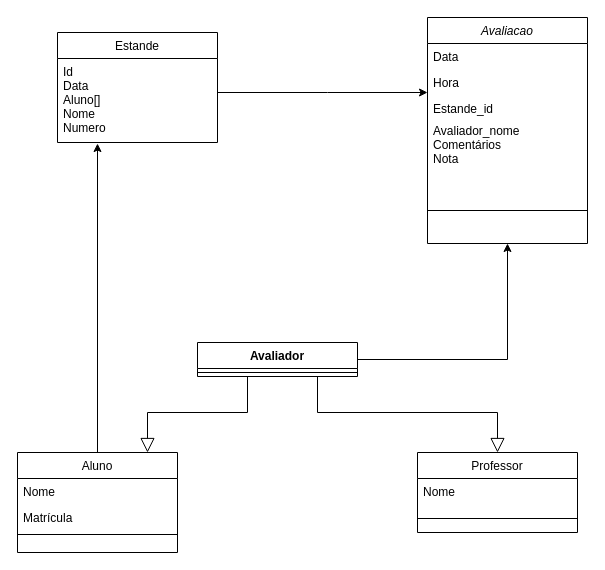
Before: Diagrama sem nome.drawio in eognus/POO2_projetob1, a draw.io diagram. Source tidied: cells renumbered, new cells numbered last; positions are measured from the earlier drawing's top-left corner, leaving out a move shared by most shapes. Both pictures are drawn from the tidied source at 100%, with x=0, y=0 at pixel (17, 17).
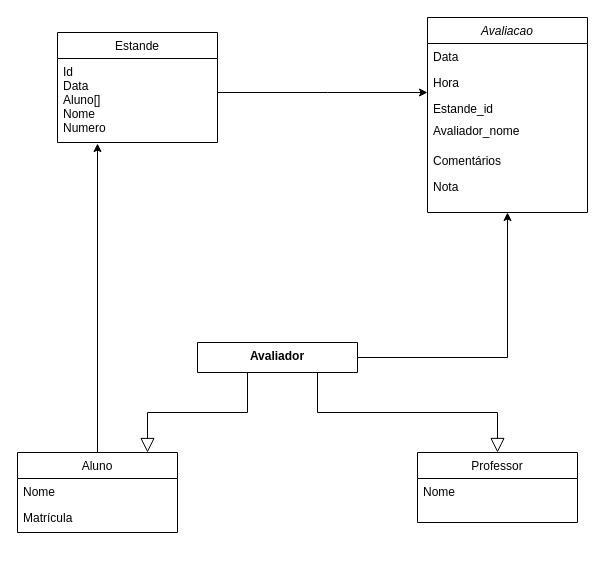
The same page after the edit.

Diff of the diagram source:
```diff
@@
     <mxCell id="2" value="Avaliacao" style="swimlane;fontStyle=2;align=center;verticalAlign=top;horizontal=1;startSize=26;rounded=0;shadow=0;strokeWidth=1;" parent="1" vertex="1">
-      <mxGeometry x="410" width="160" height="226" as="geometry" />
+      <mxGeometry x="410" width="160" height="195" as="geometry" />
     </mxCell>
@@
-    <mxCell id="6" value="Avaliador_nome&#10;Comentários&#10;Nota" style="text;align=left;verticalAlign=top;spacingLeft=4;spacingRight=4;overflow=hidden;rounded=0;shadow=0;html=0;" parent="2" vertex="1">
-      <mxGeometry y="100" width="160" height="60" as="geometry" />
+    <mxCell id="6" value="Avaliador_nome" style="text;align=left;verticalAlign=top;spacingLeft=4;spacingRight=4;overflow=hidden;rounded=0;shadow=0;html=0;" parent="2" vertex="1">
+      <mxGeometry y="100" width="160" height="30" as="geometry" />
     </mxCell>
-    <mxCell id="7" style="line;html=1;strokeWidth=1;align=left;verticalAlign=middle;spacingTop=-1;spacingLeft=3;spacingRight=3;labelPosition=right;" parent="2" vertex="1">
-      <mxGeometry y="160" width="160" height="66" as="geometry" />
-    </mxCell>
+    <mxCell id="25" value="Comentários" style="text;align=left;verticalAlign=top;spacingLeft=4;spacingRight=4;overflow=hidden;" parent="2" vertex="1">
+      <mxGeometry y="130" width="160" height="26" as="geometry" />
+    </mxCell>
+    <mxCell id="26" value="Nota" style="text;align=left;verticalAlign=top;spacingLeft=4;spacingRight=4;overflow=hidden;" parent="2" vertex="1">
+      <mxGeometry y="156" width="160" height="26" as="geometry" />
+    </mxCell>
@@
     <mxCell id="9" value="Aluno" style="swimlane;fontStyle=0;align=center;verticalAlign=top;horizontal=1;startSize=26;rounded=0;shadow=0;strokeWidth=1;" parent="1" vertex="1">
-      <mxGeometry y="435" width="160" height="100" as="geometry" />
+      <mxGeometry y="435" width="160" height="80" as="geometry" />
     </mxCell>
@@
-    <mxCell id="12" style="line;html=1;strokeWidth=1;align=left;verticalAlign=middle;spacingTop=-1;spacingLeft=3;spacingRight=3;labelPosition=right;" parent="9" vertex="1">
-      <mxGeometry y="78" width="160" height="8" as="geometry" />
-    </mxCell>
     <mxCell id="13" value="Professor" style="swimlane;fontStyle=0;align=center;verticalAlign=top;horizontal=1;startSize=26;rounded=0;shadow=0;strokeWidth=1;" parent="1" vertex="1">
-      <mxGeometry x="400" y="435" width="160" height="80" as="geometry" />
+      <mxGeometry x="400" y="435" width="160" height="70" as="geometry" />
     </mxCell>
@@
-    <mxCell id="15" style="line;html=1;strokeWidth=1;align=left;verticalAlign=middle;spacingTop=-1;spacingLeft=3;spacingRight=3;labelPosition=right;" parent="13" vertex="1">
-      <mxGeometry y="52" width="160" height="28" as="geometry" />
-    </mxCell>
@@
-    <mxCell id="22" value="Avaliador" style="swimlane;fontStyle=1;align=center;verticalAlign=top;horizontal=1;startSize=26;whiteSpace=wrap;html=1;" parent="1" vertex="1">
-      <mxGeometry x="180" y="325" width="160" height="34" as="geometry" />
+    <mxCell id="22" value="Avaliador" style="swimlane;fontStyle=1;align=center;verticalAlign=top;horizontal=1;startSize=30;whiteSpace=wrap;html=1;" parent="1" vertex="1">
+      <mxGeometry x="180" y="325" width="160" height="30" as="geometry" />
     </mxCell>
-    <mxCell id="23" style="line;strokeWidth=1;fillColor=none;align=left;verticalAlign=middle;spacingTop=-1;spacingLeft=3;spacingRight=3;labelPosition=right;strokeColor=inherit;" parent="22" vertex="1">
-      <mxGeometry y="26" width="160" height="8" as="geometry" />
-    </mxCell>
```
